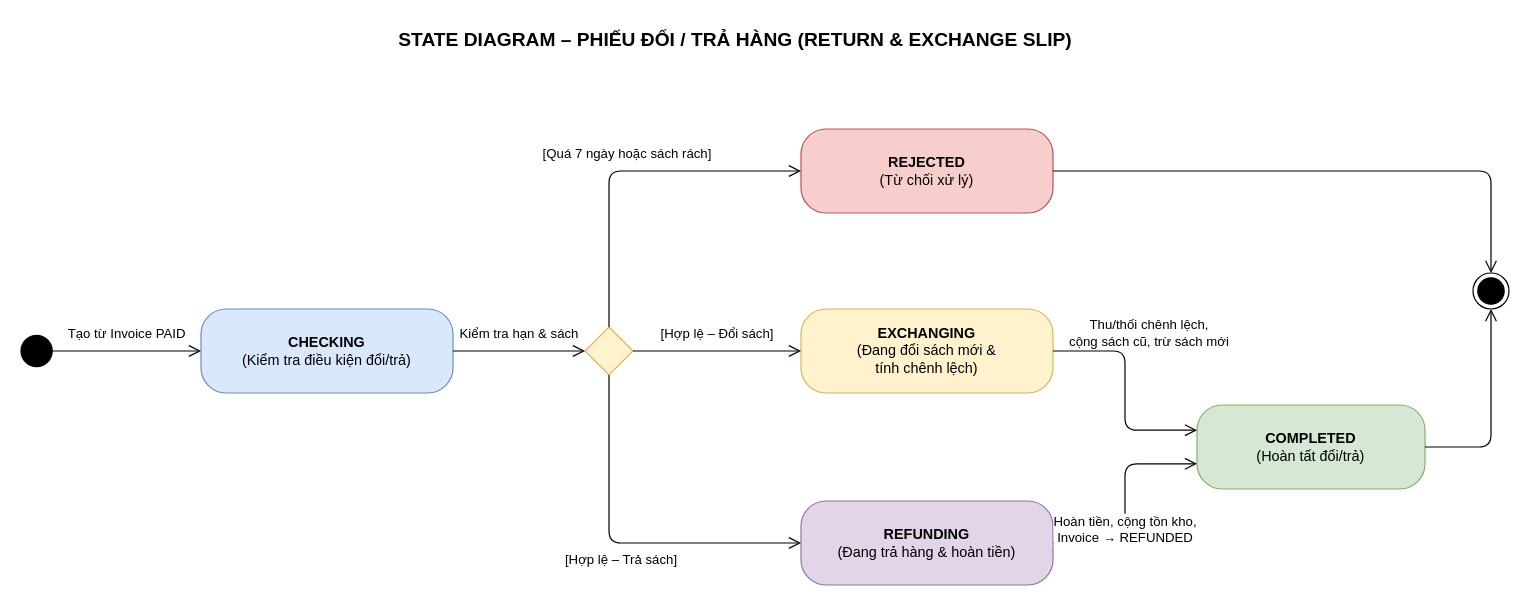
Above: docs/diagrams/State diagram/state-return-exchange.drawio in chihai9-dev/quan-ly-nha-sach-ooad (draw.io), before the change. Source tidied: cells renumbered, new cells numbered last; positions are measured from the earlier drawing's top-left corner, leaving out a move shared by most shapes. Both pictures are drawn from the tidied source at 120%, with x=0, y=0 at pixel (20, 20).
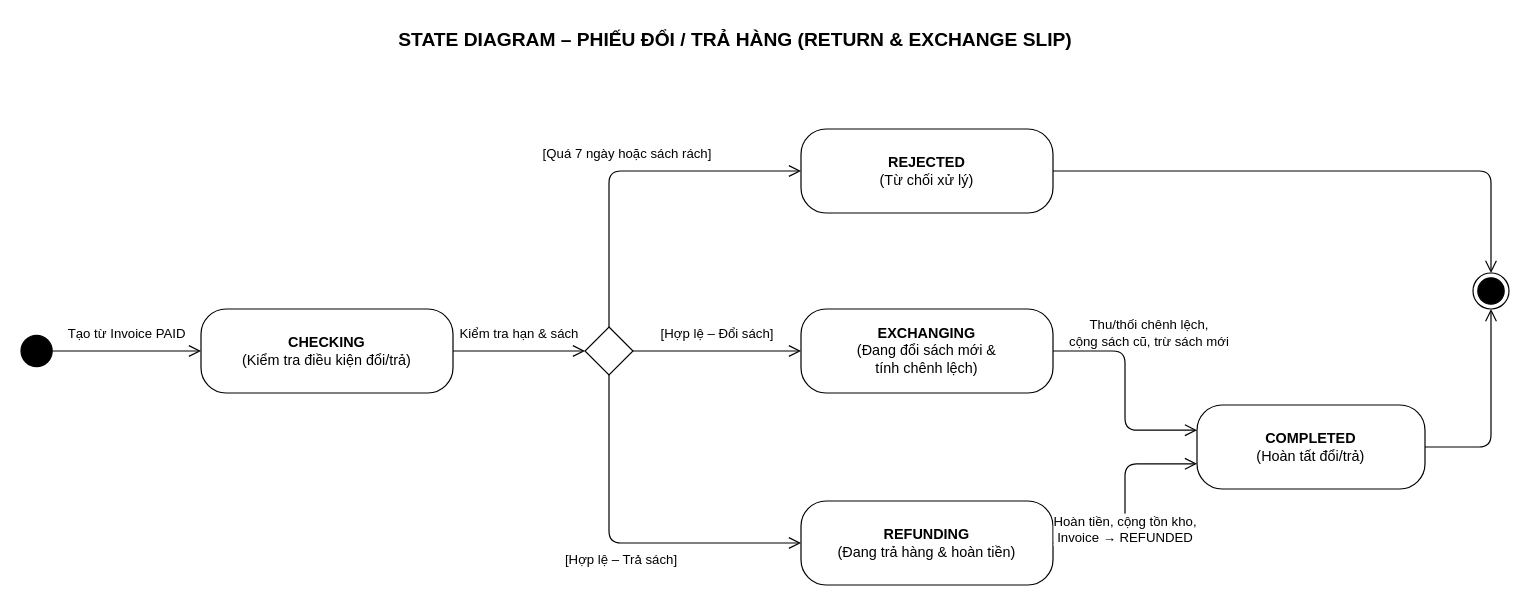
Above is the later version.

The edit, as a diff of the source:
```diff
@@
-    <mxCell id="4" value="&lt;b&gt;CHECKING&lt;/b&gt;&lt;br&gt;(Kiểm tra điều kiện đổi/trả)" style="rounded=1;whiteSpace=wrap;html=1;arcSize=30;fillColor=#dae8fc;strokeColor=#6c8ebf;" parent="1" vertex="1">
+    <mxCell id="4" value="&lt;b&gt;CHECKING&lt;/b&gt;&lt;br&gt;(Kiểm tra điều kiện đổi/trả)" style="rounded=1;whiteSpace=wrap;html=1;arcSize=30;fillColor=#ffffff;strokeColor=#000000;" parent="1" vertex="1">
       <mxGeometry x="150" y="240" width="210" height="70" as="geometry" />
     </mxCell>
-    <mxCell id="5" style="rhombus;whiteSpace=wrap;html=1;fillColor=#fff2cc;strokeColor=#d6b656;" parent="1" vertex="1">
+    <mxCell id="5" style="rhombus;whiteSpace=wrap;html=1;fillColor=#ffffff;strokeColor=#000000;" parent="1" vertex="1">
       <mxGeometry x="470" y="255" width="40" height="40" as="geometry" />
     </mxCell>
-    <mxCell id="6" value="&lt;b&gt;REJECTED&lt;/b&gt;&lt;br&gt;(Từ chối xử lý)" style="rounded=1;whiteSpace=wrap;html=1;arcSize=30;fillColor=#f8cecc;strokeColor=#b85450;" parent="1" vertex="1">
+    <mxCell id="6" value="&lt;b&gt;REJECTED&lt;/b&gt;&lt;br&gt;(Từ chối xử lý)" style="rounded=1;whiteSpace=wrap;html=1;arcSize=30;fillColor=#ffffff;strokeColor=#000000;" parent="1" vertex="1">
       <mxGeometry x="650" y="90" width="210" height="70" as="geometry" />
     </mxCell>
-    <mxCell id="7" value="&lt;b&gt;EXCHANGING&lt;/b&gt;&lt;br&gt;(Đang đổi sách mới &amp;amp;&lt;br&gt;tính chênh lệch)" style="rounded=1;whiteSpace=wrap;html=1;arcSize=30;fillColor=#fff2cc;strokeColor=#d6b656;" parent="1" vertex="1">
+    <mxCell id="7" value="&lt;b&gt;EXCHANGING&lt;/b&gt;&lt;br&gt;(Đang đổi sách mới &amp;amp;&lt;br&gt;tính chênh lệch)" style="rounded=1;whiteSpace=wrap;html=1;arcSize=30;fillColor=#ffffff;strokeColor=#000000;" parent="1" vertex="1">
       <mxGeometry x="650" y="240" width="210" height="70" as="geometry" />
     </mxCell>
-    <mxCell id="8" value="&lt;b&gt;REFUNDING&lt;/b&gt;&lt;br&gt;(Đang trả hàng &amp;amp; hoàn tiền)" style="rounded=1;whiteSpace=wrap;html=1;arcSize=30;fillColor=#e1d5e7;strokeColor=#9673a6;" parent="1" vertex="1">
+    <mxCell id="8" value="&lt;b&gt;REFUNDING&lt;/b&gt;&lt;br&gt;(Đang trả hàng &amp;amp; hoàn tiền)" style="rounded=1;whiteSpace=wrap;html=1;arcSize=30;fillColor=#ffffff;strokeColor=#000000;" parent="1" vertex="1">
       <mxGeometry x="650" y="400" width="210" height="70" as="geometry" />
     </mxCell>
-    <mxCell id="9" value="&lt;b&gt;COMPLETED&lt;/b&gt;&lt;br&gt;(Hoàn tất đổi/trả)" style="rounded=1;whiteSpace=wrap;html=1;arcSize=30;fillColor=#d5e8d4;strokeColor=#82b366;" parent="1" vertex="1">
+    <mxCell id="9" value="&lt;b&gt;COMPLETED&lt;/b&gt;&lt;br&gt;(Hoàn tất đổi/trả)" style="rounded=1;whiteSpace=wrap;html=1;arcSize=30;fillColor=#ffffff;strokeColor=#000000;" parent="1" vertex="1">
       <mxGeometry x="980" y="320" width="190" height="70" as="geometry" />
     </mxCell>
```
